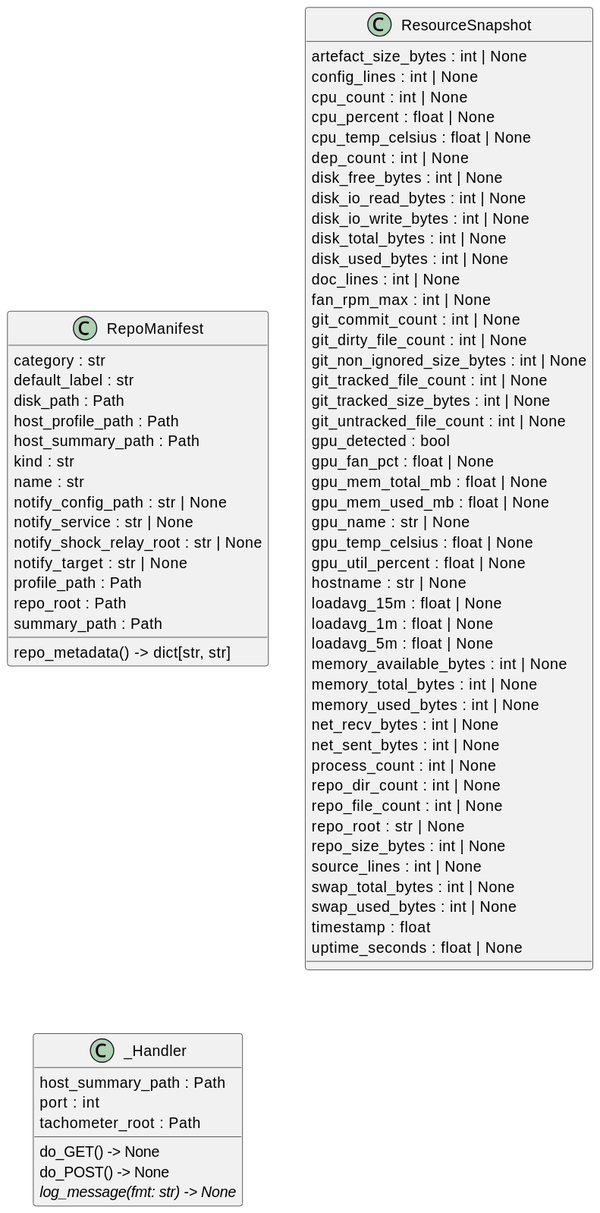
Before: docs/diagrams/python-classes.puml.svg, a diagram exported from PlantUML (casonk/tachometer).
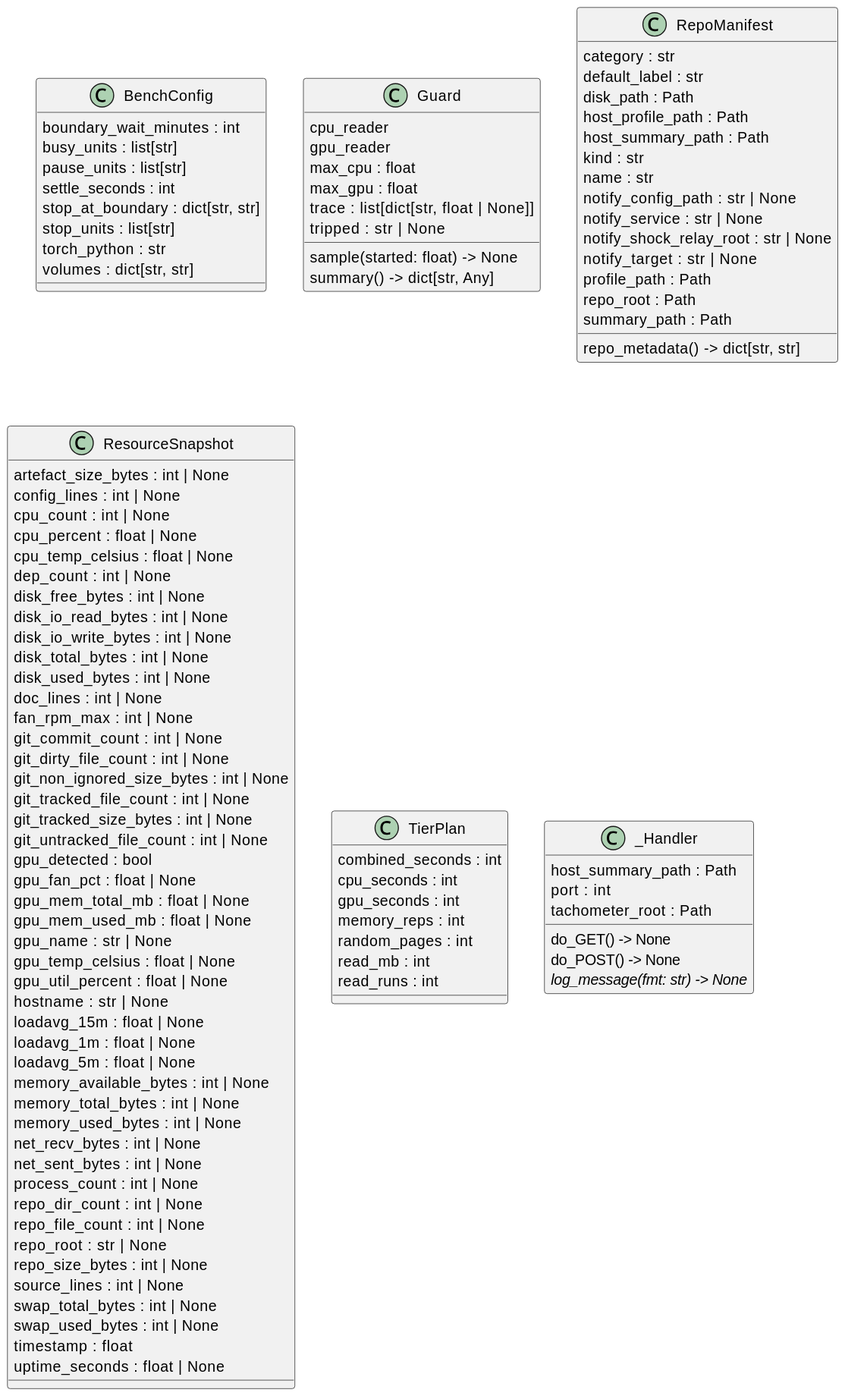
After the commit.

Change to the diagram source:
```diff
@@ -1,5 +1,25 @@
 @startuml
 set namespaceSeparator none
+class "BenchConfig" as tachometer.bench.BenchConfig {
+  boundary_wait_minutes : int
+  busy_units : list[str]
+  pause_units : list[str]
+  settle_seconds : int
+  stop_at_boundary : dict[str, str]
+  stop_units : list[str]
+  torch_python : str
+  volumes : dict[str, str]
+}
+class "Guard" as tachometer.bench.Guard {
+  cpu_reader
+  gpu_reader
+  max_cpu : float
+  max_gpu : float
+  trace : list[dict[str, float | None]]
+  tripped : str | None
+  sample(started: float) -> None
+  summary() -> dict[str, Any]
+}
 class "RepoManifest" as tachometer.model.RepoManifest {
   category : str
   default_label : str
@@ -64,6 +84,15 @@
   timestamp : float
   uptime_seconds : float | None
 }
+class "TierPlan" as tachometer.bench.TierPlan {
+  combined_seconds : int
+  cpu_seconds : int
+  gpu_seconds : int
+  memory_reps : int
+  random_pages : int
+  read_mb : int
+  read_runs : int
+}
 class "_Handler" as tachometer.server._Handler {
   host_summary_path : Path
   port : int
```
